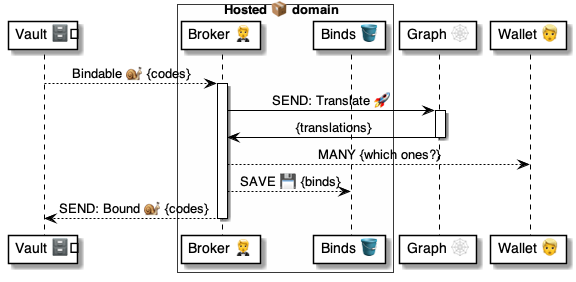
Before: 4 ⚙️ Solution/20 🧑‍🦰 UI/Brokers 🤵/🤵🅰️ Broker methods/Binds 🔗 Bindable 🗄️🐌🤵/🤵 Bindable ⚙️ uml.png, a diagram exported from PlantUML (pollyweb-org/pollyweb-docs). Its source is kept beside it as 4 ⚙️ Solution/20 🧑‍🦰 UI/Brokers 🤵/🤵🅰️ Broker methods/Binds 🔗 Bindable 🗄️🐌🤵/🤵 Bindable ⚙️ uml.puml.
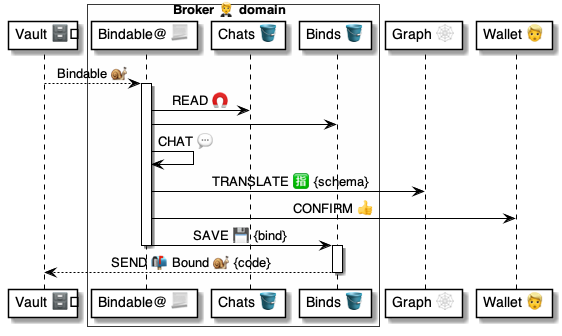
The same file after the commit.

Change to the diagram source:
```diff
@@ -3,29 +3,31 @@
 
 participant "Vault 🗄️" as vault
 
-box Hosted 📦 domain  #FFFFFA
-    participant "Broker 🤵" as broker
-    participant "Binds 🪣" as itemizer
+box Broker 🤵 domain  #FFFFFA
+    participant "Bindable@ 📃" as broker
+    participant "Chats 🪣" as chats
+    participant "Binds 🪣" as binds
 end box
 
 participant "Graph 🕸" as graph
 participant "Wallet 👱" as wallet
 
 
-    vault --> broker: Bindable 🐌 {codes}
-    deactivate vault
+vault --> broker: Bindable 🐌
+deactivate vault
 
-    activate broker
+activate broker
+    broker -> chats: READ 🧲
+    broker -> binds:
+    broker -> broker: CHAT 💬
+    broker -> graph: TRANSLATE 🈯 {schema}
+    broker -> wallet: CONFIRM 👍
+    broker -> binds: SAVE 💾 {bind}
+deactivate broker
 
-        broker -> graph: SEND: Translate 🚀
-        activate graph
-            graph -> broker: {translations}
-        deactivate
+activate binds
+    binds --> vault: SEND 📬 Bound 🐌 {code}
+deactivate binds
 
-        broker --> wallet: MANY {which ones?}
-        broker --> itemizer: SAVE 💾 {binds}
-
-        broker --> vault: SEND: Bound 🐌 {codes}
-    deactivate broker
 
 @enduml
```
